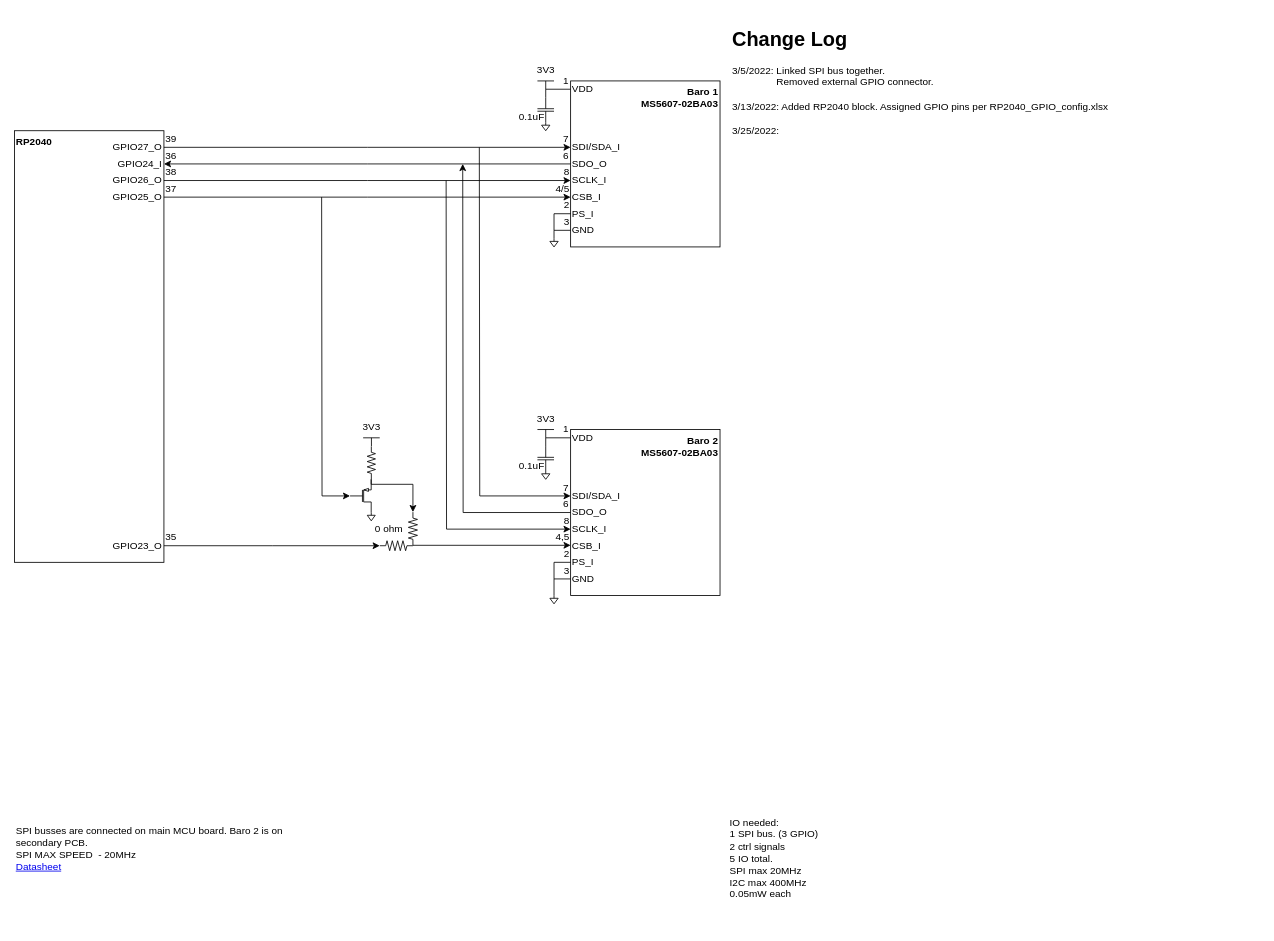
This is page "Baro Pressue" (7 of 11) of PleaseGoUp_RP2040.drawio from liamherlihy/pleaseGoUp, a draw.io file, before an edit. Source tidied: cells renumbered, new cells numbered last; positions are measured from the earlier drawing's top-left corner, leaving out a move shared by most shapes. Both pictures are drawn from the tidied source at 83%, with x=0, y=0 at pixel (14, 22).
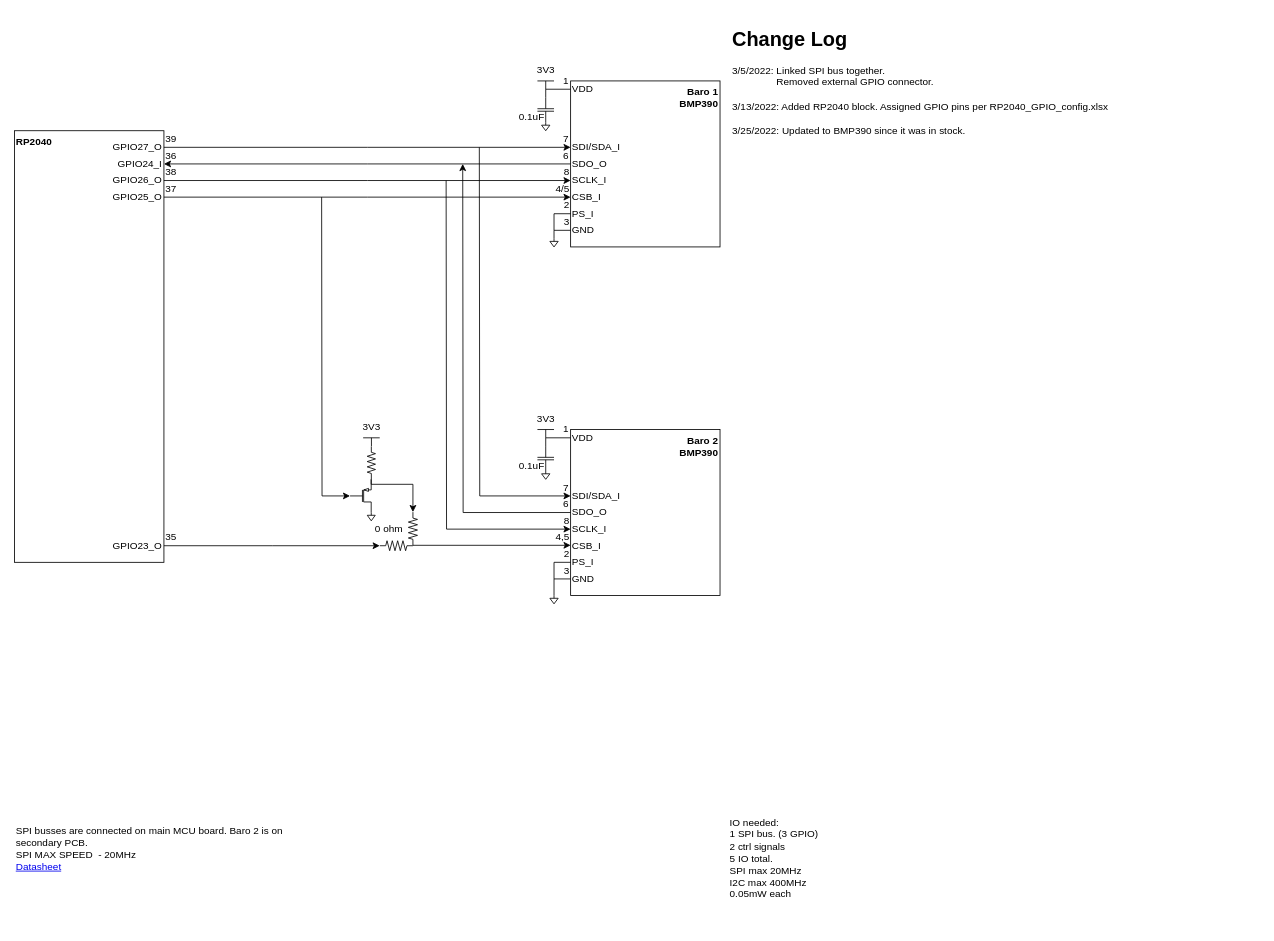
Above is the later version.

Change to the diagram source:
```diff
@@
-    <mxCell id="8" value="&lt;div&gt;&lt;b&gt;Baro 2&lt;br&gt;MS5607-02BA03&lt;/b&gt;&lt;br&gt;&lt;/div&gt;" style="rounded=0;whiteSpace=wrap;html=1;align=right;verticalAlign=top;" parent="1" vertex="1">
+    <mxCell id="8" value="&lt;div&gt;&lt;b&gt;Baro 2&lt;br&gt;BMP390&lt;/b&gt;&lt;br&gt;&lt;/div&gt;" style="rounded=0;whiteSpace=wrap;html=1;align=right;verticalAlign=top;" parent="1" vertex="1">
       <mxGeometry x="670" y="490" width="180" height="200" as="geometry" />
     </mxCell>
@@
-    <mxCell id="30" value="&lt;div&gt;&lt;b&gt;Baro 1&lt;br&gt;MS5607-02BA03&lt;/b&gt;&lt;br&gt;&lt;/div&gt;" style="rounded=0;whiteSpace=wrap;html=1;align=right;verticalAlign=top;" parent="1" vertex="1">
+    <mxCell id="30" value="&lt;div&gt;&lt;b&gt;Baro 1&lt;br&gt;BMP390&lt;/b&gt;&lt;br&gt;&lt;/div&gt;" style="rounded=0;whiteSpace=wrap;html=1;align=right;verticalAlign=top;" parent="1" vertex="1">
       <mxGeometry x="670" y="70" width="180" height="200" as="geometry" />
     </mxCell>
@@
-    <mxCell id="51" value="&lt;h1&gt;Change Log&lt;/h1&gt;&lt;div&gt;3/5/2022:&lt;span&gt;&#9;&lt;/span&gt;Linked SPI bus together.&lt;/div&gt;&lt;div&gt;&lt;span&gt;&#9;&lt;/span&gt;&lt;span&gt;&#9;&lt;/span&gt;&lt;span style=&quot;white-space: pre&quot;&gt;&#9;&lt;/span&gt;&lt;span style=&quot;white-space: pre&quot;&gt;&#9;&lt;/span&gt;Removed external GPIO connector.&amp;nbsp;&lt;br&gt;&lt;br&gt;3/13/2022: Added RP2040 block. Assigned GPIO pins per RP2040_GPIO_config.xlsx&lt;br&gt;&lt;br&gt;3/25/2022:&amp;nbsp;&lt;/div&gt;" style="text;html=1;strokeColor=none;fillColor=none;spacing=5;spacingTop=-20;whiteSpace=wrap;overflow=hidden;rounded=0;" parent="1" vertex="1">
+    <mxCell id="51" value="&lt;h1&gt;Change Log&lt;/h1&gt;&lt;div&gt;3/5/2022:&lt;span&gt;&#9;&lt;/span&gt;Linked SPI bus together.&lt;/div&gt;&lt;div&gt;&lt;span&gt;&#9;&lt;/span&gt;&lt;span&gt;&#9;&lt;/span&gt;&lt;span style=&quot;white-space: pre&quot;&gt;&#9;&lt;/span&gt;&lt;span style=&quot;white-space: pre&quot;&gt;&#9;&lt;/span&gt;Removed external GPIO connector.&amp;nbsp;&lt;br&gt;&lt;br&gt;3/13/2022: Added RP2040 block. Assigned GPIO pins per RP2040_GPIO_config.xlsx&lt;br&gt;&lt;br&gt;3/25/2022: Updated to BMP390 since it was in stock.&amp;nbsp;&lt;/div&gt;" style="text;html=1;strokeColor=none;fillColor=none;spacing=5;spacingTop=-20;whiteSpace=wrap;overflow=hidden;rounded=0;" parent="1" vertex="1">
       <mxGeometry x="860" width="640" height="630" as="geometry" />
     </mxCell>
```
